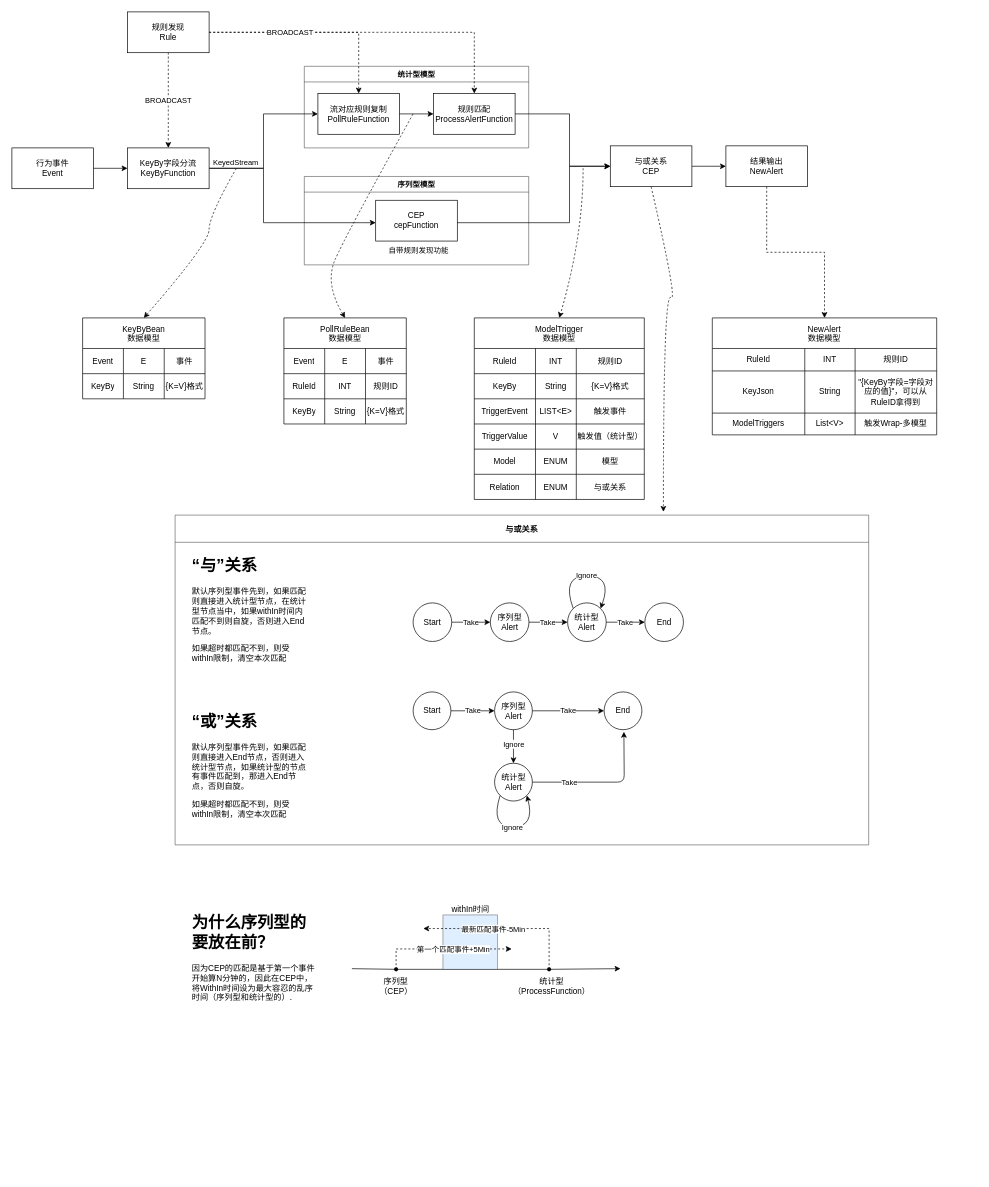
pengmide/draw keeps this draw.io diagram as cep.drawio. Above is the earlier version. Source tidied: cells renumbered, new cells numbered last; positions are measured from the earlier drawing's top-left corner, leaving out a move shared by most shapes. Both pictures are drawn from the tidied source at 68%, with x=0, y=0 at pixel (12, 12).
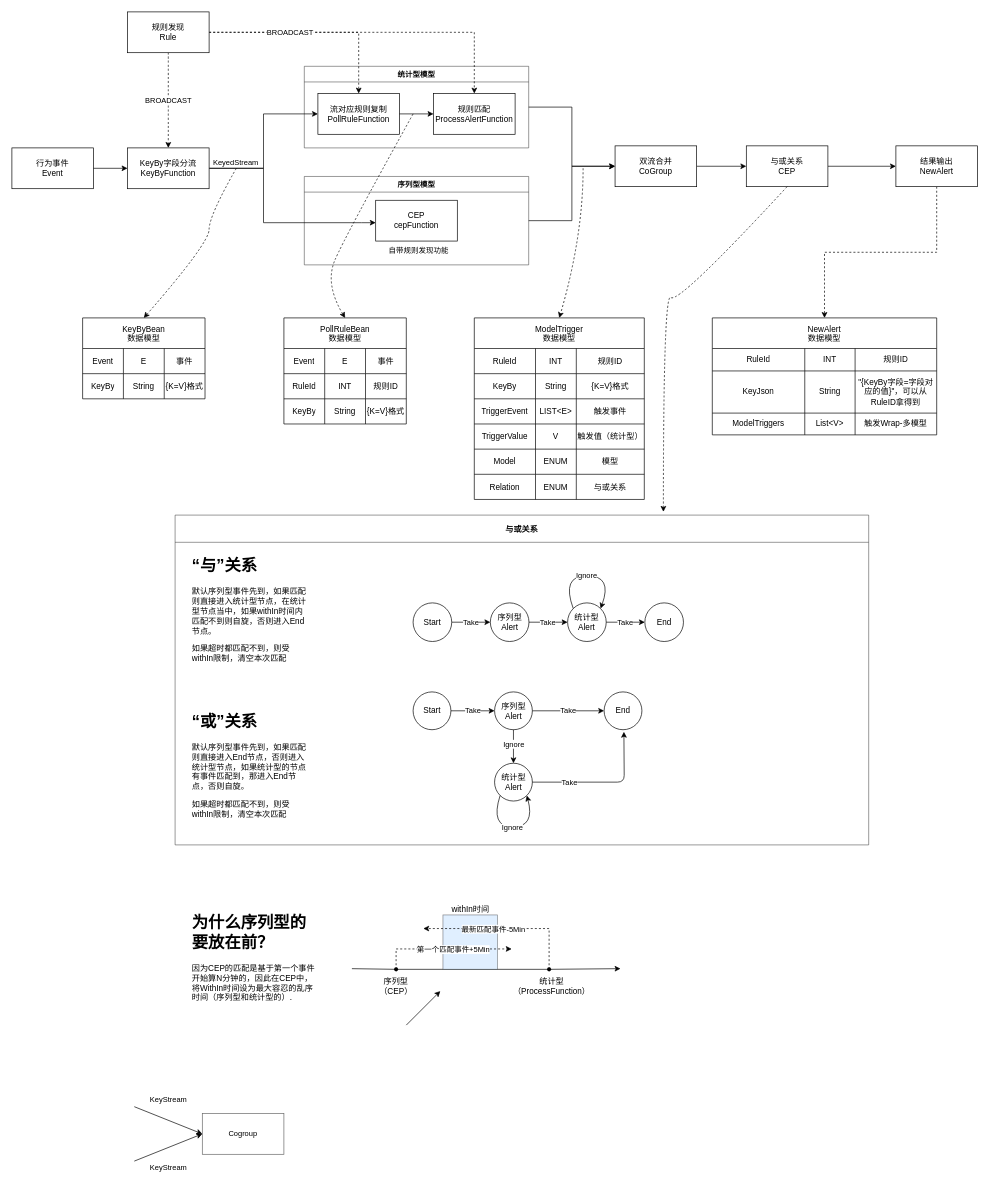
After the change.

Commit message:
开始计划CoGroup方案

Unchanged cells that the change refers to:
```xml
<mxCell id="100" value="规则匹配ProcessAlertFunction" style="rounded=0;whiteSpace=wrap;html=1;" parent="1" vertex="1">
  <mxGeometry x="620" y="120" width="120" height="60" as="geometry" />
</mxCell>
<mxCell id="111" value="统计型模型" style="swimlane;rounded=0;shadow=0;glass=0;sketch=0;fontFamily=Helvetica;fontSize=11;fontColor=default;fillColor=none;opacity=60;" parent="1" vertex="1">
  <mxGeometry x="430" y="80" width="330" height="120" as="geometry" />
</mxCell>
<mxCell id="112" value="序列型模型" style="swimlane;rounded=0;shadow=0;glass=0;sketch=0;fontFamily=Helvetica;fontSize=11;fontColor=default;fillColor=none;opacity=60;swimlaneLine=1;" parent="1" vertex="1">
  <mxGeometry x="430" y="242" width="330" height="130" as="geometry" />
</mxCell>
```

What changed in the source:
```diff
@@
     <mxCell id="97" value="结果输出&lt;br&gt;NewAlert" style="whiteSpace=wrap;html=1;rounded=0;" parent="1" vertex="1">
-      <mxGeometry x="1050" y="197" width="120" height="60" as="geometry" />
+      <mxGeometry x="1300" y="197" width="120" height="60" as="geometry" />
     </mxCell>
@@
-    <mxCell id="101" style="edgeStyle=orthogonalEdgeStyle;shape=connector;rounded=0;sketch=0;jettySize=auto;html=1;exitX=1;exitY=0.5;exitDx=0;exitDy=0;entryX=0;entryY=0.5;entryDx=0;entryDy=0;labelBackgroundColor=default;fontFamily=Helvetica;fontSize=11;fontColor=default;endArrow=classic;strokeColor=default;" parent="1" edge="1" target="102">
-      <mxGeometry relative="1" as="geometry">
-        <mxPoint x="655" y="310" as="sourcePoint" />
-        <Array as="points">
-          <mxPoint x="634" y="310" />
-          <mxPoint x="820" y="310" />
-          <mxPoint x="820" y="230" />
-        </Array>
-      </mxGeometry>
-    </mxCell>
     <mxCell id="102" value="与或关系&lt;br&gt;CEP" style="rounded=0;whiteSpace=wrap;html=1;" parent="1" vertex="1">
-      <mxGeometry x="880" y="197" width="120" height="60" as="geometry" />
+      <mxGeometry x="1080" y="197" width="120" height="60" as="geometry" />
     </mxCell>
@@
-    <mxCell id="110" style="edgeStyle=orthogonalEdgeStyle;shape=connector;rounded=0;sketch=0;jettySize=auto;html=1;exitX=1;exitY=0.5;exitDx=0;exitDy=0;entryX=0;entryY=0.5;entryDx=0;entryDy=0;labelBackgroundColor=default;fontFamily=Helvetica;fontSize=11;fontColor=default;endArrow=classic;strokeColor=default;" parent="1" edge="1" source="100" target="102">
-      <mxGeometry relative="1" as="geometry">
-        <Array as="points">
-          <mxPoint x="820" y="150" />
-          <mxPoint x="820" y="227" />
-        </Array>
-      </mxGeometry>
-    </mxCell>
+    <mxCell id="133" style="edgeStyle=orthogonalEdgeStyle;shape=connector;sketch=0;jettySize=auto;html=1;entryX=0;entryY=0.5;entryDx=0;entryDy=0;labelBackgroundColor=default;fontFamily=Helvetica;fontSize=11;fontColor=default;endArrow=classic;strokeColor=default;rounded=0;" parent="1" edge="1" source="111" target="136">
+      <mxGeometry relative="1" as="geometry" />
+    </mxCell>
@@
+    <mxCell id="134" style="edgeStyle=orthogonalEdgeStyle;shape=connector;rounded=0;sketch=0;jettySize=auto;html=1;exitX=1;exitY=0.5;exitDx=0;exitDy=0;entryX=0;entryY=0.5;entryDx=0;entryDy=0;labelBackgroundColor=default;fontFamily=Helvetica;fontSize=11;fontColor=default;endArrow=classic;strokeColor=default;" parent="1" edge="1" source="112" target="136">
+      <mxGeometry relative="1" as="geometry" />
+    </mxCell>
@@
+    <mxCell id="135" style="edgeStyle=orthogonalEdgeStyle;sketch=0;jettySize=auto;html=1;labelBackgroundColor=default;fontFamily=Helvetica;fontSize=11;fontColor=default;endArrow=classic;strokeColor=default;rounded=0;" parent="1" edge="1" source="136" target="102">
+      <mxGeometry relative="1" as="geometry" />
+    </mxCell>
+    <mxCell id="136" value="双流合并&lt;br&gt;CoGroup" style="rounded=0;whiteSpace=wrap;html=1;" parent="1" vertex="1">
+      <mxGeometry x="887" y="197" width="120" height="60" as="geometry" />
+    </mxCell>
+    <mxCell id="137" value="Cogroup" style="rounded=0;whiteSpace=wrap;html=1;shadow=0;glass=0;labelBackgroundColor=none;labelBorderColor=none;comic=0;sketch=0;fontFamily=Helvetica;fontSize=11;fontColor=default;fillColor=none;opacity=60;" parent="1" vertex="1">
+      <mxGeometry x="280" y="1620" width="120" height="60" as="geometry" />
+    </mxCell>
+    <mxCell id="138" style="endArrow=classic;html=1;rounded=0;labelBackgroundColor=default;sketch=0;fontFamily=Helvetica;fontSize=11;fontColor=default;strokeColor=default;" parent="1" edge="1">
+      <mxGeometry relative="1" as="geometry">
+        <mxPoint x="580" y="1490" as="sourcePoint" />
+        <mxPoint x="630" y="1440" as="targetPoint" />
+      </mxGeometry>
+    </mxCell>
+    <mxCell id="139" style="endArrow=classic;html=1;rounded=0;labelBackgroundColor=default;sketch=0;fontFamily=Helvetica;fontSize=11;fontColor=default;strokeColor=default;entryX=0;entryY=0.5;entryDx=0;entryDy=0;" parent="1" edge="1" target="137">
+      <mxGeometry relative="1" as="geometry">
+        <mxPoint x="180" y="1610" as="sourcePoint" />
+      </mxGeometry>
+    </mxCell>
+    <mxCell id="140" style="endArrow=classic;html=1;rounded=0;labelBackgroundColor=default;sketch=0;fontFamily=Helvetica;fontSize=11;fontColor=default;strokeColor=default;entryX=0;entryY=0.5;entryDx=0;entryDy=0;" parent="1" edge="1" target="137">
+      <mxGeometry relative="1" as="geometry">
+        <mxPoint x="180" y="1690" as="sourcePoint" />
+      </mxGeometry>
+    </mxCell>
+    <mxCell id="141" value="KeyStream" style="text;html=1;align=center;verticalAlign=middle;strokeColor=none;fillColor=none;fontSize=11;fontFamily=Helvetica;fontColor=default;" parent="1" vertex="1">
+      <mxGeometry x="195" y="1590" width="70" height="20" as="geometry" />
+    </mxCell>
+    <mxCell id="142" value="KeyStream" style="text;html=1;align=center;verticalAlign=middle;strokeColor=none;fillColor=none;fontSize=11;fontFamily=Helvetica;fontColor=default;" parent="1" vertex="1">
+      <mxGeometry x="195" y="1690" width="70" height="20" as="geometry" />
+    </mxCell>
```
